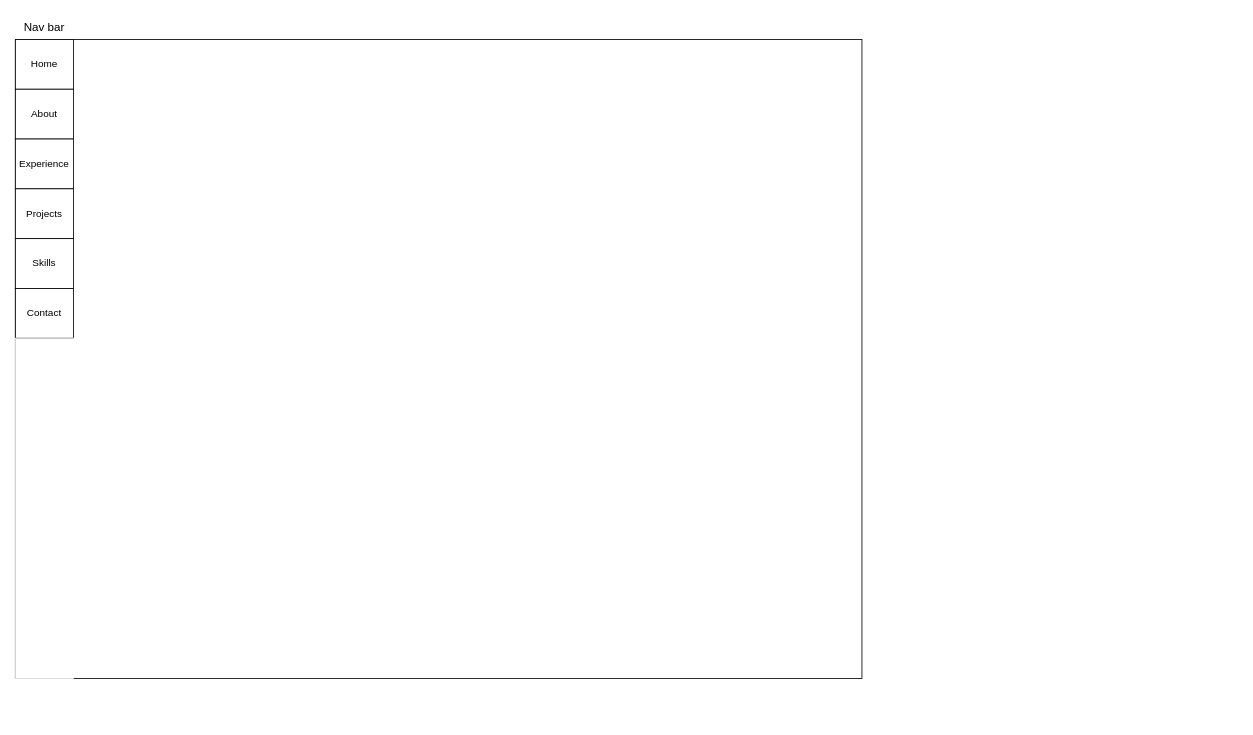
Before: page "Home" (1 of 2) of design/wireframe.drawio in anhngoq/portfolio, a draw.io diagram. Source tidied: cells renumbered, new cells numbered last; positions are measured from the earlier drawing's top-left corner, leaving out a move shared by most shapes. Both pictures are drawn from the tidied source at 83%, with x=0, y=0 at pixel (15, 14).
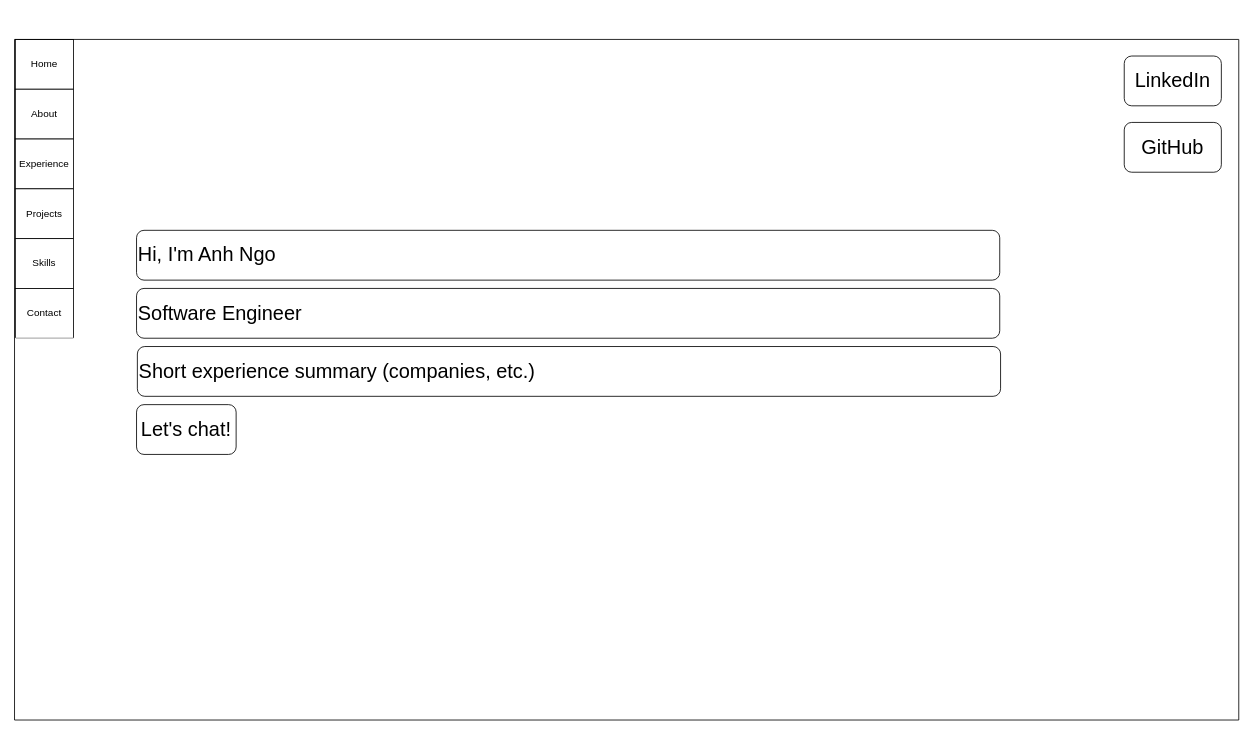
Above is the later version.

Commit message:
add about page

What changed in the source:
```diff
@@
 <mxGraphModel>
   <root>
     <mxCell id="0" />
     <mxCell id="1" parent="0" />
-    <mxCell id="2" style="rounded=0;whiteSpace=wrap;html=1;direction=south;" parent="1" vertex="1">
-      <mxGeometry y="30" width="1020" height="770" as="geometry" />
-    </mxCell>
     <mxCell id="3" value="Home" style="rounded=0;whiteSpace=wrap;html=1;" parent="1" vertex="1">
       <mxGeometry y="30" width="70" height="60" as="geometry" />
     </mxCell>
     <mxCell id="4" value="About" style="rounded=0;whiteSpace=wrap;html=1;" parent="1" vertex="1">
       <mxGeometry y="90" width="70" height="60" as="geometry" />
     </mxCell>
     <mxCell id="5" value="Experience" style="rounded=0;whiteSpace=wrap;html=1;" parent="1" vertex="1">
       <mxGeometry y="150" width="70" height="60" as="geometry" />
     </mxCell>
     <mxCell id="6" value="Projects" style="rounded=0;whiteSpace=wrap;html=1;" parent="1" vertex="1">
       <mxGeometry y="210" width="70" height="60" as="geometry" />
     </mxCell>
     <mxCell id="7" value="Skills" style="rounded=0;whiteSpace=wrap;html=1;" parent="1" vertex="1">
       <mxGeometry y="270" width="70" height="60" as="geometry" />
     </mxCell>
     <mxCell id="8" value="Contact" style="rounded=0;whiteSpace=wrap;html=1;" parent="1" vertex="1">
       <mxGeometry y="330" width="70" height="60" as="geometry" />
     </mxCell>
-    <mxCell id="9" value="Nav bar" style="text;html=1;strokeColor=none;fillColor=none;align=center;verticalAlign=middle;whiteSpace=wrap;rounded=0;fontSize=14;shadow=0;" parent="1" vertex="1">
-      <mxGeometry x="5" width="60" height="30" as="geometry" />
-    </mxCell>
+    <mxCell id="11" style="edgeStyle=none;html=1;fontSize=24;" parent="1" edge="1" source="10" target="8">
+      <mxGeometry relative="1" as="geometry" />
+    </mxCell>
     <mxCell id="10" style="rounded=0;whiteSpace=wrap;html=1;shadow=0;labelBackgroundColor=#E9F02B;strokeColor=#ffffff;fontSize=14;fillColor=none;" parent="1" vertex="1">
-      <mxGeometry y="390" width="70" height="410" as="geometry" />
+      <mxGeometry y="390" width="70" height="460" as="geometry" />
     </mxCell>
+    <mxCell id="12" value="Hi, I'm Anh Ngo" style="rounded=1;whiteSpace=wrap;html=1;fontSize=24;align=left;" parent="1" vertex="1">
+      <mxGeometry x="146" y="260" width="1040" height="60" as="geometry" />
+    </mxCell>
+    <mxCell id="13" value="Software Engineer" style="rounded=1;whiteSpace=wrap;html=1;fontSize=24;align=left;" parent="1" vertex="1">
+      <mxGeometry x="146" y="330" width="1040" height="60" as="geometry" />
+    </mxCell>
+    <mxCell id="14" value="Let's chat!" style="rounded=1;whiteSpace=wrap;html=1;fontSize=24;align=center;" parent="1" vertex="1">
+      <mxGeometry x="146" y="470" width="120" height="60" as="geometry" />
+    </mxCell>
+    <mxCell id="15" value="Short experience summary (companies, etc.)" style="rounded=1;whiteSpace=wrap;html=1;fontSize=24;align=left;" parent="1" vertex="1">
+      <mxGeometry x="147" y="400" width="1040" height="60" as="geometry" />
+    </mxCell>
+    <mxCell id="16" style="swimlane;startSize=0;fontSize=24;" parent="1" vertex="1">
+      <mxGeometry x="-1" y="30" width="1475" height="820" as="geometry" />
+    </mxCell>
+    <mxCell id="17" value="LinkedIn" style="rounded=1;whiteSpace=wrap;html=1;fontSize=24;" parent="16" vertex="1">
+      <mxGeometry x="1337" y="20" width="117" height="60" as="geometry" />
+    </mxCell>
+    <mxCell id="18" value="GitHub" style="rounded=1;whiteSpace=wrap;html=1;fontSize=24;" parent="16" vertex="1">
+      <mxGeometry x="1337" y="100" width="117" height="60" as="geometry" />
+    </mxCell>
   </root>
 </mxGraphModel>
```
